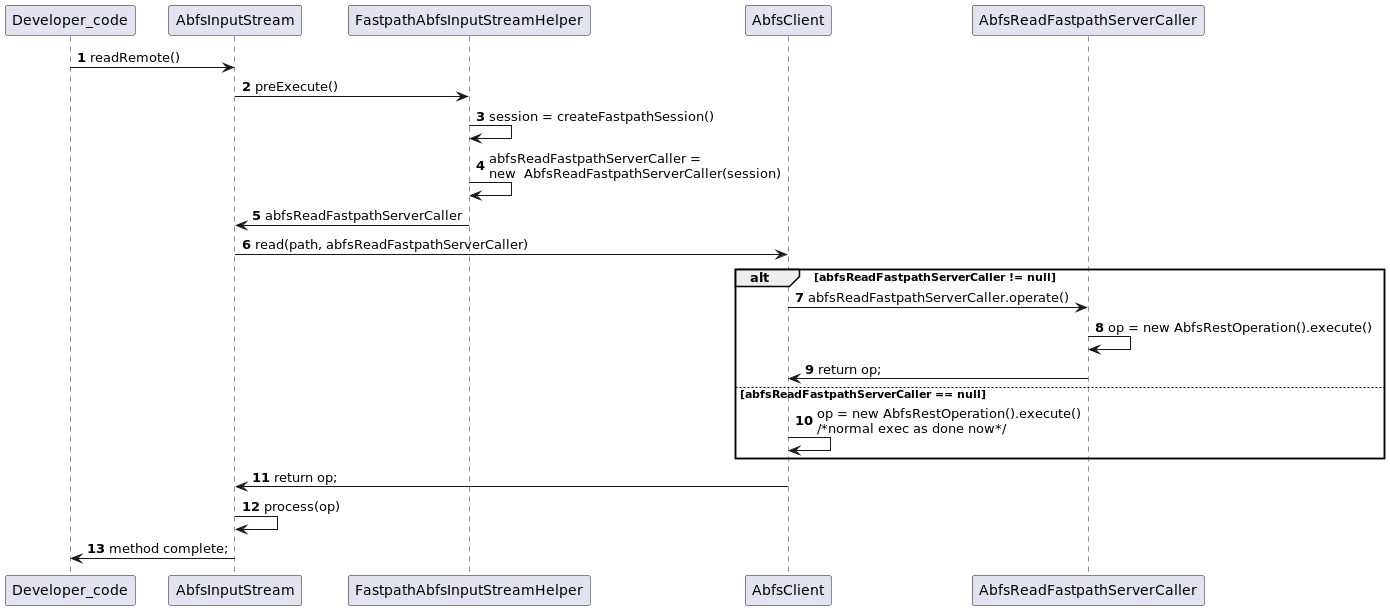
Above: hadoop-tools/hadoop-azure/src/main/resources/diagrams/AbfsFastpathRefactorDetailed.png in pranavsaxena-microsoft/hadoop (PlantUML), before the change. The source it was exported from:
```plantuml
@startuml

autonumber
Developer_code -> AbfsInputStream : readRemote()
AbfsInputStream -> FastpathAbfsInputStreamHelper : preExecute()
FastpathAbfsInputStreamHelper -> FastpathAbfsInputStreamHelper: session = createFastpathSession()
FastpathAbfsInputStreamHelper -> FastpathAbfsInputStreamHelper:abfsReadFastpathServerCaller = \nnew  AbfsReadFastpathServerCaller(session)
FastpathAbfsInputStreamHelper -> AbfsInputStream : abfsReadFastpathServerCaller
AbfsInputStream -> AbfsClient : read(path, abfsReadFastpathServerCaller)
alt abfsReadFastpathServerCaller != null
AbfsClient -> AbfsReadFastpathServerCaller: abfsReadFastpathServerCaller.operate()
AbfsReadFastpathServerCaller -> AbfsReadFastpathServerCaller: op = new AbfsRestOperation().execute()
AbfsReadFastpathServerCaller -> AbfsClient : return op;
else abfsReadFastpathServerCaller == null
AbfsClient -> AbfsClient : op = new AbfsRestOperation().execute()\n/*normal exec as done now*/
end
AbfsClient -> AbfsInputStream : return op;
AbfsInputStream -> AbfsInputStream: process(op)
AbfsInputStream -> Developer_code: method complete;
@enduml
```
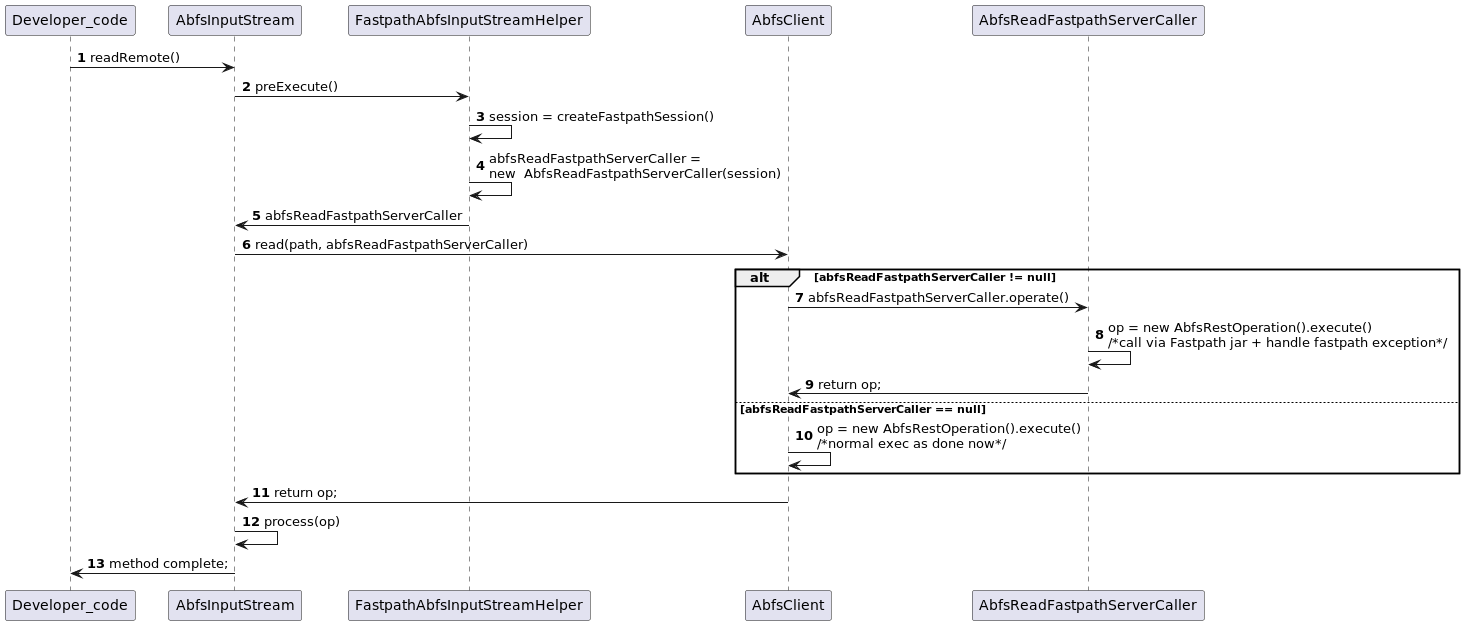
After the change.

The edit, as a diff of the source:
```diff
@@ -9,7 +9,7 @@
 AbfsInputStream -> AbfsClient : read(path, abfsReadFastpathServerCaller)
 alt abfsReadFastpathServerCaller != null
 AbfsClient -> AbfsReadFastpathServerCaller: abfsReadFastpathServerCaller.operate()
-AbfsReadFastpathServerCaller -> AbfsReadFastpathServerCaller: op = new AbfsRestOperation().execute()
+AbfsReadFastpathServerCaller -> AbfsReadFastpathServerCaller: op = new AbfsRestOperation().execute()\n/*call via Fastpath jar + handle fastpath exception*/
 AbfsReadFastpathServerCaller -> AbfsClient : return op;
 else abfsReadFastpathServerCaller == null
 AbfsClient -> AbfsClient : op = new AbfsRestOperation().execute()\n/*normal exec as done now*/
```
